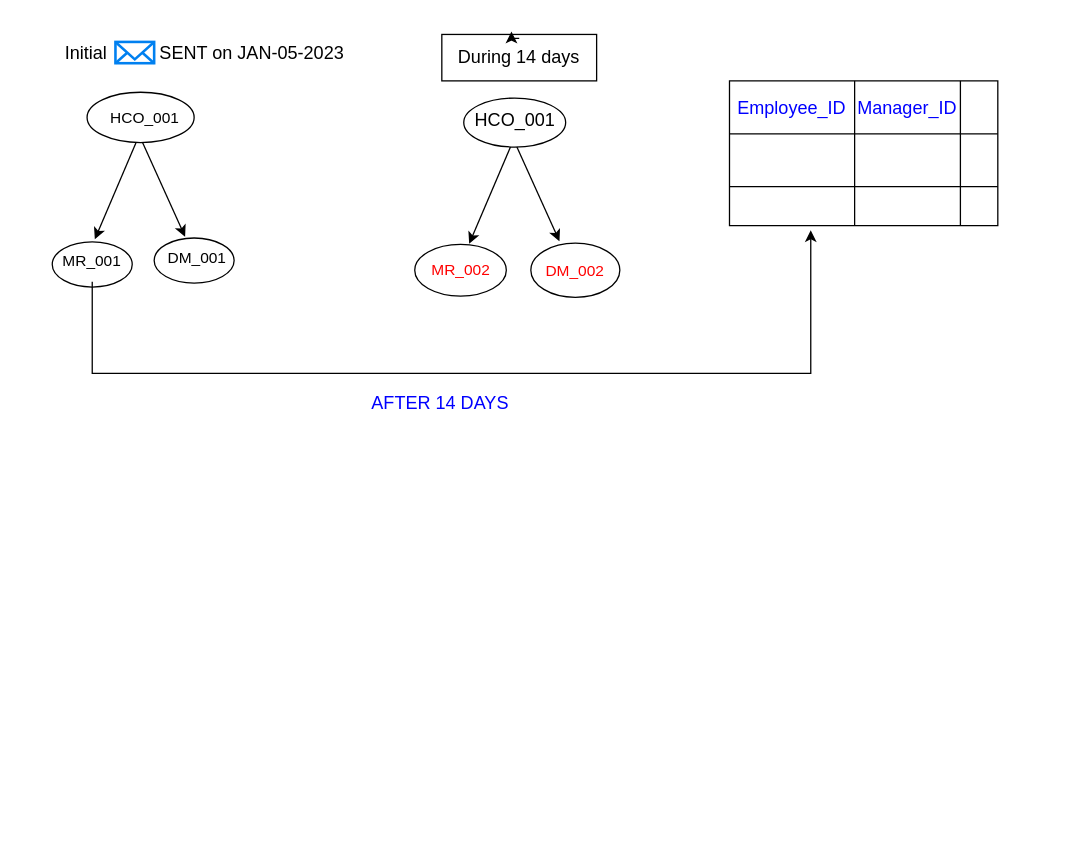
The draw.io diagram DM_Follow-up.drawio in priyankahpheggar/Dynamic_code_resource, before the edit. Source tidied: cells renumbered, new cells numbered last; positions are measured from the earlier drawing's top-left corner, leaving out a move shared by most shapes. Both pictures are drawn from the tidied source at 129%, with x=0, y=0 at pixel (52, 31).
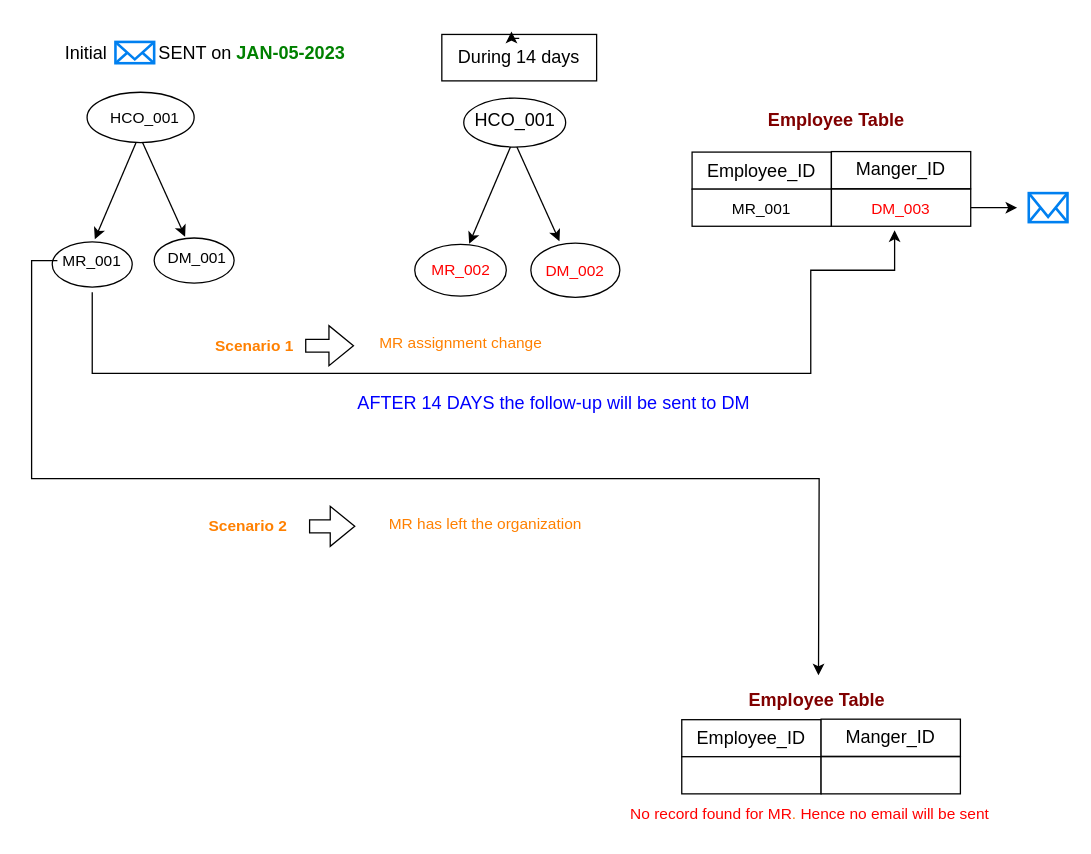
After the change.

Unchanged cells that the change refers to:
```xml
<mxCell id="9" value="MR_001" style="text;html=1;strokeColor=none;fillColor=none;align=center;verticalAlign=middle;whiteSpace=wrap;rounded=0;" parent="1" vertex="1">
  <mxGeometry x="4" y="161" width="54" height="33" as="geometry" />
</mxCell>
```

The edit, as a diff of the source:
```diff
@@
-    <mxCell id="8" style="edgeStyle=orthogonalEdgeStyle;rounded=0;jettySize=auto;html=1;fontSize=14;fontColor=#000000;" parent="1" edge="1" source="9">
+    <mxCell id="8" style="edgeStyle=orthogonalEdgeStyle;rounded=0;orthogonalLoop=1;jettySize=auto;html=1;fontSize=14;fontColor=#000000;" parent="1" edge="1">
       <mxGeometry relative="1" as="geometry">
-        <mxPoint x="588" y="154" as="targetPoint" />
+        <mxPoint x="31" y="202" as="sourcePoint" />
+        <mxPoint x="653" y="154" as="targetPoint" />
         <Array as="points">
           <mxPoint x="31" y="265" />
           <mxPoint x="588" y="265" />
+          <mxPoint x="588" y="185" />
+          <mxPoint x="653" y="185" />
         </Array>
       </mxGeometry>
     </mxCell>
+    <mxCell id="39" style="edgeStyle=orthogonalEdgeStyle;rounded=0;jettySize=auto;html=1;exitX=0;exitY=0.5;exitDx=0;exitDy=0;fontSize=12;fontColor=#ff0000;" parent="1" edge="1" source="9">
+      <mxGeometry relative="1" as="geometry">
+        <mxPoint x="594" y="499" as="targetPoint" />
+      </mxGeometry>
+    </mxCell>
@@
-    <mxCell id="13" value="SENT on JAN-05-2023" style="text;html=1;strokeColor=none;fillColor=none;align=center;verticalAlign=middle;whiteSpace=wrap;rounded=0;fontSize=14;" parent="1" vertex="1">
+    <mxCell id="13" value="SENT on &lt;b&gt;&lt;font color=&quot;#008000&quot;&gt;JAN-05-2023&lt;/font&gt;&lt;/b&gt;" style="text;html=1;strokeColor=none;fillColor=none;align=center;verticalAlign=middle;whiteSpace=wrap;rounded=0;fontSize=14;" parent="1" vertex="1">
       <mxGeometry x="79" y="2.2" width="152" height="30" as="geometry" />
     </mxCell>
@@
-    <mxCell id="25" value="AFTER 14 DAYS" style="text;html=1;strokeColor=none;fillColor=none;align=center;verticalAlign=middle;whiteSpace=wrap;rounded=0;fontSize=14;fontColor=#0000FF;" parent="1" vertex="1">
-      <mxGeometry x="217" y="273" width="168" height="30" as="geometry" />
+    <mxCell id="25" value="AFTER 14 DAYS the follow-up will be sent to DM" style="text;html=1;strokeColor=none;fillColor=none;align=center;verticalAlign=middle;whiteSpace=wrap;rounded=0;fontSize=14;fontColor=#0000FF;" parent="1" vertex="1">
+      <mxGeometry x="217" y="273" width="344" height="30" as="geometry" />
     </mxCell>
-    <mxCell id="26" style="shape=table;html=1;whiteSpace=wrap;startSize=0;childLayout=tableLayout;fontSize=14;fontColor=#0000FF;" parent="1" vertex="1">
-      <mxGeometry x="525" y="38.2" width="208" height="112.2" as="geometry" />
-    </mxCell>
-    <mxCell id="27" style="shape=tableRow;horizontal=0;startSize=0;swimlaneHead=0;swimlaneBody=0;top=0;left=0;bottom=0;right=0;fillColor=none;fontSize=14;fontColor=#0000FF;" parent="26" vertex="1">
-      <mxGeometry width="208" height="41" as="geometry" />
-    </mxCell>
-    <mxCell id="28" value="Employee_ID" style="shape=partialRectangle;html=1;whiteSpace=wrap;fillColor=none;top=0;left=0;bottom=0;right=0;overflow=hidden;fontSize=14;fontColor=#0000FF;" parent="27" vertex="1">
-      <mxGeometry width="97" height="41" as="geometry" />
-    </mxCell>
-    <mxCell id="29" value="Manager_ID" style="shape=partialRectangle;html=1;whiteSpace=wrap;fillColor=none;top=0;left=0;bottom=0;right=0;overflow=hidden;fontSize=14;fontColor=#0000FF;" parent="27" vertex="1">
-      <mxGeometry x="97" width="82" height="41" as="geometry" />
-    </mxCell>
-    <mxCell id="30" style="shape=partialRectangle;html=1;whiteSpace=wrap;fillColor=none;top=0;left=0;bottom=0;right=0;overflow=hidden;fontSize=14;fontColor=#0000FF;" parent="27" vertex="1">
-      <mxGeometry x="179" width="29" height="41" as="geometry" />
-    </mxCell>
-    <mxCell id="31" style="shape=tableRow;horizontal=0;startSize=0;swimlaneHead=0;swimlaneBody=0;top=0;left=0;bottom=0;right=0;fillColor=none;fontSize=14;fontColor=#0000FF;" parent="26" vertex="1">
-      <mxGeometry y="41" width="208" height="41" as="geometry" />
-    </mxCell>
-    <mxCell id="32" style="shape=partialRectangle;html=1;whiteSpace=wrap;fillColor=none;top=0;left=0;bottom=0;right=0;overflow=hidden;fontSize=14;fontColor=#0000FF;" parent="31" vertex="1">
-      <mxGeometry width="97" height="41" as="geometry" />
-    </mxCell>
-    <mxCell id="33" style="shape=partialRectangle;html=1;whiteSpace=wrap;fillColor=none;top=0;left=0;bottom=0;right=0;overflow=hidden;fontSize=14;fontColor=#0000FF;" parent="31" vertex="1">
-      <mxGeometry x="97" width="82" height="41" as="geometry" />
-    </mxCell>
-    <mxCell id="34" style="shape=partialRectangle;html=1;whiteSpace=wrap;fillColor=none;top=0;left=0;bottom=0;right=0;overflow=hidden;fontSize=14;fontColor=#0000FF;" parent="31" vertex="1">
-      <mxGeometry x="179" width="29" height="41" as="geometry" />
-    </mxCell>
-    <mxCell id="35" style="shape=tableRow;horizontal=0;startSize=0;swimlaneHead=0;swimlaneBody=0;top=0;left=0;bottom=0;right=0;fillColor=none;fontSize=14;fontColor=#0000FF;" parent="26" vertex="1">
-      <mxGeometry y="82" width="208" height="30" as="geometry" />
-    </mxCell>
-    <mxCell id="36" style="shape=partialRectangle;html=1;whiteSpace=wrap;fillColor=none;top=0;left=0;bottom=0;right=0;overflow=hidden;fontSize=14;fontColor=#0000FF;" parent="35" vertex="1">
-      <mxGeometry width="97" height="30" as="geometry" />
-    </mxCell>
-    <mxCell id="37" style="shape=partialRectangle;html=1;whiteSpace=wrap;fillColor=none;top=0;left=0;bottom=0;right=0;overflow=hidden;fontSize=14;fontColor=#0000FF;" parent="35" vertex="1">
-      <mxGeometry x="97" width="82" height="30" as="geometry" />
-    </mxCell>
-    <mxCell id="38" style="shape=partialRectangle;html=1;whiteSpace=wrap;fillColor=none;top=0;left=0;bottom=0;right=0;overflow=hidden;fontSize=14;fontColor=#0000FF;" parent="35" vertex="1">
-      <mxGeometry x="179" width="29" height="30" as="geometry" />
-    </mxCell>
+    <mxCell id="40" value="Employee_ID" style="rounded=0;whiteSpace=wrap;html=1;fontSize=14;fontColor=#000000;" parent="1" vertex="1">
+      <mxGeometry x="496" y="93.4" width="108" height="28.8" as="geometry" />
+    </mxCell>
+    <mxCell id="41" value="Manger_ID" style="rounded=0;whiteSpace=wrap;html=1;fontSize=14;fontColor=#000000;" parent="1" vertex="1">
+      <mxGeometry x="604" y="93" width="108" height="28.8" as="geometry" />
+    </mxCell>
+    <mxCell id="42" value="&lt;font style=&quot;font-size: 12px;&quot;&gt;MR_001&lt;/font&gt;" style="rounded=0;whiteSpace=wrap;html=1;fontSize=14;fontColor=#000000;" parent="1" vertex="1">
+      <mxGeometry x="496" y="122.1" width="108" height="28.8" as="geometry" />
+    </mxCell>
+    <mxCell id="43" style="edgeStyle=orthogonalEdgeStyle;rounded=0;jettySize=auto;html=1;exitX=1;exitY=0.5;exitDx=0;exitDy=0;fontSize=12;fontColor=#ff8000;" parent="1" edge="1" source="44">
+      <mxGeometry relative="1" as="geometry">
+        <mxPoint x="748" y="136" as="targetPoint" />
+      </mxGeometry>
+    </mxCell>
+    <mxCell id="44" value="&lt;font style=&quot;font-size: 12px;&quot; color=&quot;#ff0000&quot;&gt;DM_003&lt;/font&gt;" style="rounded=0;whiteSpace=wrap;html=1;fontSize=14;fontColor=#000000;" parent="1" vertex="1">
+      <mxGeometry x="604" y="122.1" width="108" height="28.8" as="geometry" />
+    </mxCell>
+    <mxCell id="45" value="&lt;b&gt;&lt;font color=&quot;#800000&quot;&gt;Employee Table&lt;/font&gt;&lt;/b&gt;" style="text;html=1;strokeColor=none;fillColor=none;align=center;verticalAlign=middle;whiteSpace=wrap;rounded=0;fontSize=14;fontColor=#ff0000;" parent="1" vertex="1">
+      <mxGeometry x="552" y="53.8" width="112" height="30" as="geometry" />
+    </mxCell>
+    <mxCell id="46" value="&lt;b&gt;Scenario 1 &lt;br&gt;&lt;/b&gt;" style="text;html=1;strokeColor=none;fillColor=none;align=center;verticalAlign=middle;whiteSpace=wrap;rounded=0;fontSize=12;fontColor=#ff8000;" parent="1" vertex="1">
+      <mxGeometry x="115" y="229" width="84" height="30" as="geometry" />
+    </mxCell>
+    <mxCell id="47" style="shape=flexArrow;endArrow=classic;html=1;rounded=0;fontSize=12;fontColor=#ff8000;" parent="1" edge="1">
+      <mxGeometry relative="1" as="geometry">
+        <mxPoint x="196" y="243.5" as="sourcePoint" />
+        <mxPoint x="234" y="243.5" as="targetPoint" />
+      </mxGeometry>
+    </mxCell>
+    <mxCell id="48" value="MR assignment change" style="text;html=1;strokeColor=none;fillColor=none;align=center;verticalAlign=middle;whiteSpace=wrap;rounded=0;fontSize=12;fontColor=#ff8000;" parent="1" vertex="1">
+      <mxGeometry x="246.5" y="227" width="140" height="30" as="geometry" />
+    </mxCell>
+    <mxCell id="49" value="&lt;b&gt;Scenario 2&lt;br&gt;&lt;/b&gt;" style="text;html=1;strokeColor=none;fillColor=none;align=center;verticalAlign=middle;whiteSpace=wrap;rounded=0;fontSize=12;fontColor=#ff8000;" parent="1" vertex="1">
+      <mxGeometry x="110" y="369" width="84" height="30" as="geometry" />
+    </mxCell>
+    <mxCell id="50" value="MR has left the organization" style="text;html=1;strokeColor=none;fillColor=none;align=center;verticalAlign=middle;whiteSpace=wrap;rounded=0;fontSize=12;fontColor=#ff8000;" parent="1" vertex="1">
+      <mxGeometry x="241.5" y="367" width="187.5" height="30" as="geometry" />
+    </mxCell>
+    <mxCell id="51" style="shape=flexArrow;endArrow=classic;html=1;rounded=0;fontSize=12;fontColor=#ff8000;" parent="1" edge="1">
+      <mxGeometry relative="1" as="geometry">
+        <mxPoint x="199" y="383.5" as="sourcePoint" />
+        <mxPoint x="235" y="383.5" as="targetPoint" />
+      </mxGeometry>
+    </mxCell>
+    <mxCell id="52" value="Employee_ID" style="rounded=0;whiteSpace=wrap;html=1;fontSize=14;fontColor=#000000;" parent="1" vertex="1">
+      <mxGeometry x="488" y="533.4" width="108" height="28.8" as="geometry" />
+    </mxCell>
+    <mxCell id="53" value="Manger_ID" style="rounded=0;whiteSpace=wrap;html=1;fontSize=14;fontColor=#000000;" parent="1" vertex="1">
+      <mxGeometry x="596" y="533" width="108" height="28.8" as="geometry" />
+    </mxCell>
+    <mxCell id="54" style="rounded=0;whiteSpace=wrap;html=1;fontSize=14;fontColor=#000000;" parent="1" vertex="1">
+      <mxGeometry x="488" y="562.1" width="108" height="28.8" as="geometry" />
+    </mxCell>
+    <mxCell id="55" style="rounded=0;whiteSpace=wrap;html=1;fontSize=14;fontColor=#000000;" parent="1" vertex="1">
+      <mxGeometry x="596" y="562.1" width="108" height="28.8" as="geometry" />
+    </mxCell>
+    <mxCell id="56" value="&lt;font color=&quot;#ff0000&quot;&gt;No record found for MR&lt;/font&gt;. &lt;font color=&quot;#FF0000&quot;&gt;Hence no email will be sent&lt;/font&gt;" style="text;html=1;align=center;verticalAlign=middle;strokeColor=none;fillColor=none;fontSize=12;fontColor=#ff8000;" parent="1" vertex="1">
+      <mxGeometry x="436" y="594" width="302" height="26" as="geometry" />
+    </mxCell>
+    <mxCell id="57" style="html=1;verticalLabelPosition=bottom;align=center;labelBackgroundColor=#ffffff;verticalAlign=top;strokeWidth=2;strokeColor=#0080F0;shadow=0;dashed=0;shape=mxgraph.ios7.icons.mail;fontSize=12;fontColor=#ff8000;" parent="1" vertex="1">
+      <mxGeometry x="757" y="125.2" width="30" height="22.5" as="geometry" />
+    </mxCell>
+    <mxCell id="58" value="&lt;b&gt;&lt;font color=&quot;#800000&quot;&gt;Employee Table&lt;/font&gt;&lt;/b&gt;" style="text;html=1;strokeColor=none;fillColor=none;align=center;verticalAlign=middle;whiteSpace=wrap;rounded=0;fontSize=14;fontColor=#ff0000;" parent="1" vertex="1">
+      <mxGeometry x="537" y="503" width="112" height="30" as="geometry" />
+    </mxCell>
```
